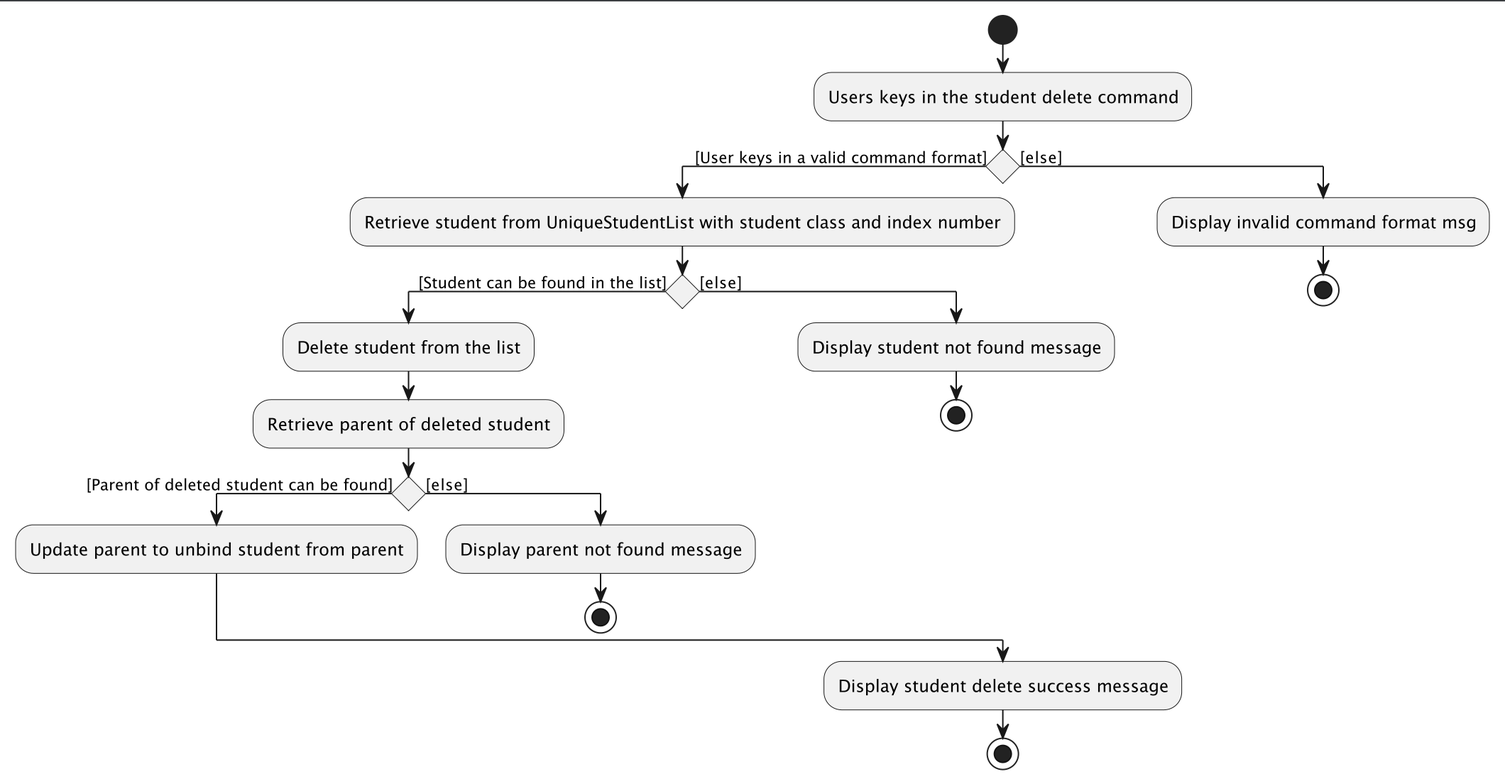
The PlantUML diagram docs/images/StudentDeleteActivityDiagram.png in nus-cs2103-AY2223S2/tp, before a commit. Its source is kept beside it as docs/diagrams/StudentDeleteActivityDiagram.puml.
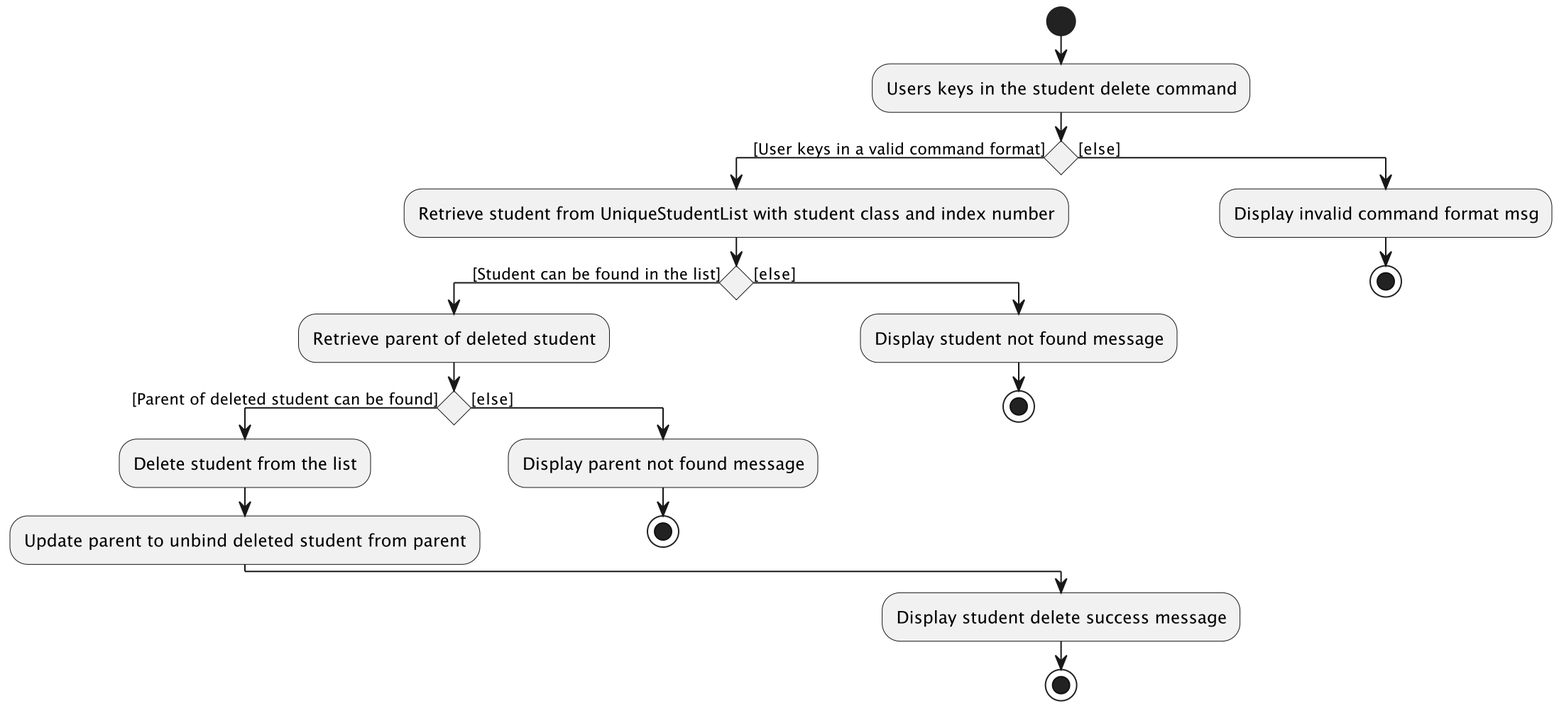
Above is the later version.

What changed in the source:
```diff
@@ -5,20 +5,20 @@
 if () then ([User keys in a valid command format])
     :Retrieve student from UniqueStudentList with student class and index number;
     if () then ([Student can be found in the list])
-        :Delete student from the list;
         :Retrieve parent of deleted student;
         if () then ([Parent of deleted student can be found])
-                :Update parent to unbind student from parent;
-            else ([else])
+            :Delete student from the list;
+            :Update parent to unbind deleted student from parent;
+        else ([else])
             :Display parent not found message;
-            stop
-            endif
+        stop
+        endif
     else ([else])
-    :Display student not found message;
+        :Display student not found message;
     stop
     endif
 else ([else])
-:Display invalid command format msg;
+    :Display invalid command format msg;
 stop
 endif
 :Display student delete success message;
```
